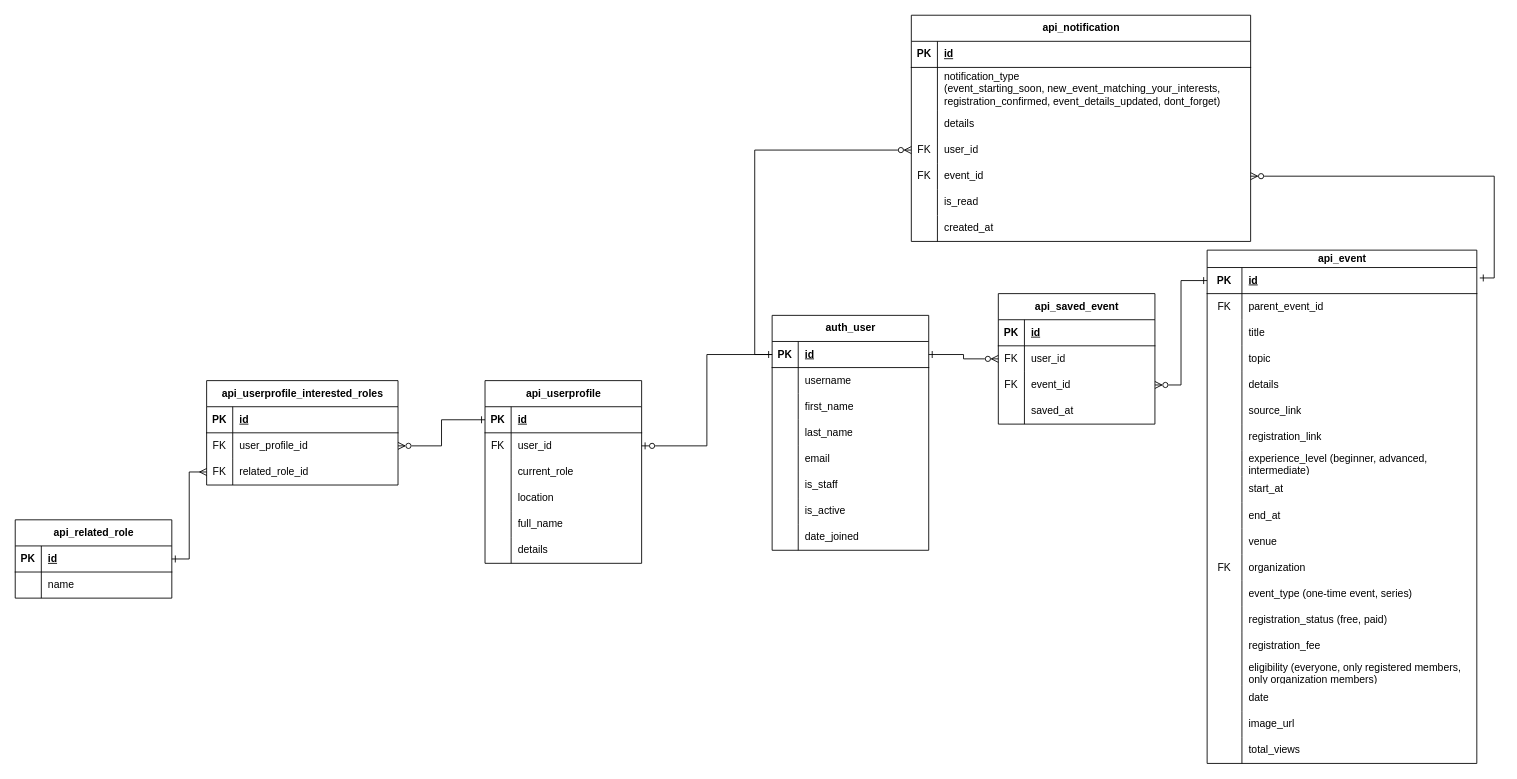
The draw.io diagram page "User" (2 of 6) of 2Gether.drawio in RHILIUS/drawio, before the edit. Source tidied: cells renumbered, new cells numbered last; positions are measured from the earlier drawing's top-left corner, leaving out a move shared by most shapes. Both pictures are drawn from the tidied source at 87%, with x=0, y=0 at pixel (15, 15).
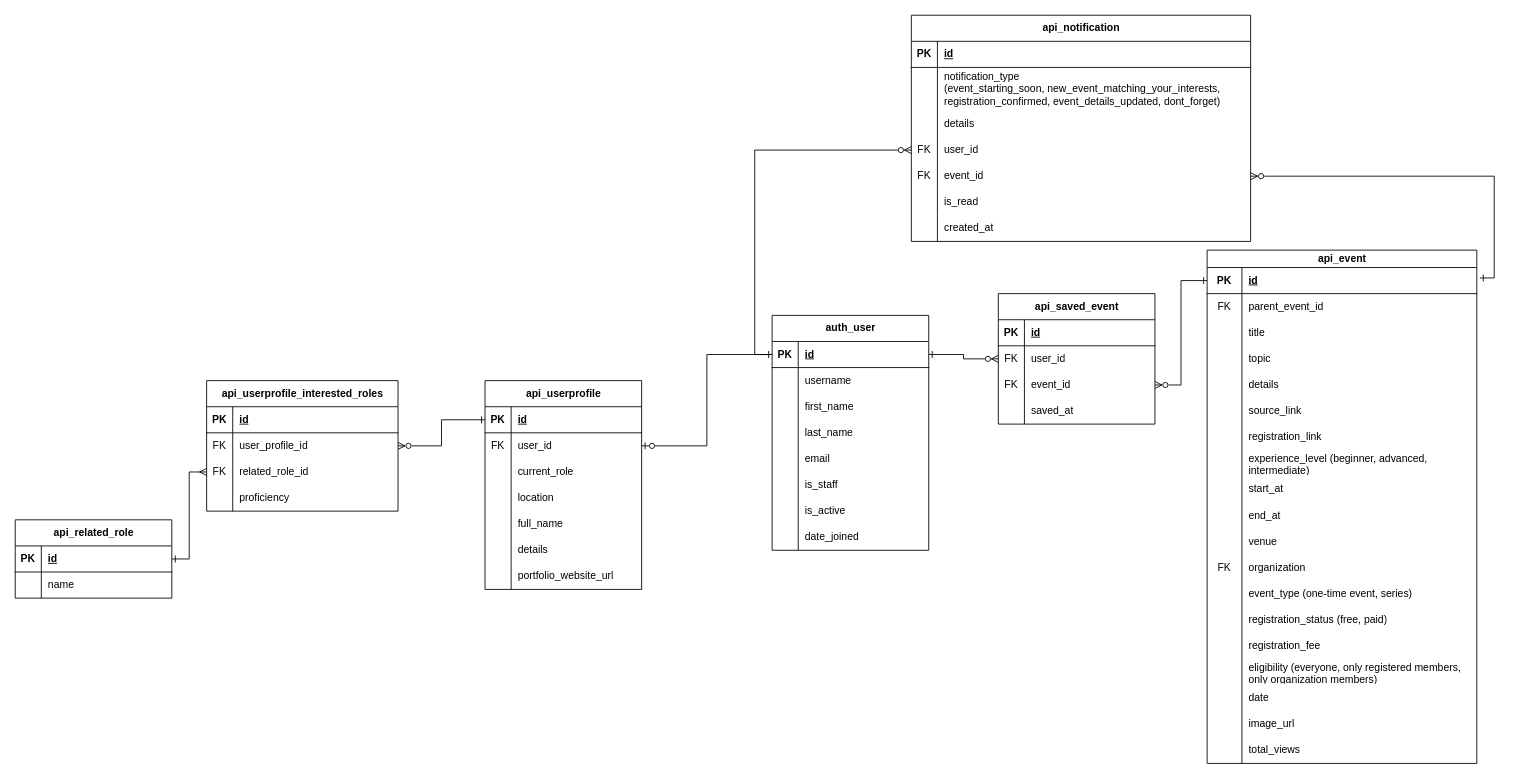
After the change.

The edit, as a diff of the source:
```diff
@@
     <mxCell id="124" value="api_userprofile" style="shape=table;startSize=30;childLayout=tableLayout;rowLines=0;fontStyle=1;align=center;html=1;" parent="1" vertex="1">
-      <mxGeometry x="540" y="420" width="180" height="210" as="geometry" />
+      <mxGeometry x="540" y="420" width="180" height="240" as="geometry" />
     </mxCell>
@@
+    <mxCell id="163" style="shape=tableRow;horizontal=0;startSize=0;swimlaneHead=0;swimlaneBody=0;fillColor=none;top=0;left=0;right=0;bottom=0;" parent="124" vertex="1">
+      <mxGeometry y="210" width="180" height="30" as="geometry" />
+    </mxCell>
+    <mxCell id="164" style="shape=partialRectangle;fillColor=none;top=0;left=0;bottom=0;right=0;overflow=hidden;whiteSpace=wrap;html=1;" parent="163" vertex="1">
+      <mxGeometry width="30" height="30" as="geometry" />
+    </mxCell>
+    <mxCell id="165" value="portfolio_website_url" style="shape=partialRectangle;fillColor=none;top=0;left=0;bottom=0;right=0;align=left;spacingLeft=6;overflow=hidden;whiteSpace=wrap;html=1;" parent="163" vertex="1">
+      <mxGeometry x="30" width="150" height="30" as="geometry" />
+    </mxCell>
@@
     <mxCell id="151" value="api_userprofile_interested_roles" style="shape=table;startSize=30;childLayout=tableLayout;rowLines=0;fontStyle=1;align=center;html=1;" parent="1" vertex="1">
-      <mxGeometry x="220" y="420" width="220" height="120" as="geometry" />
+      <mxGeometry x="220" y="420" width="220" height="150" as="geometry" />
     </mxCell>
@@
+    <mxCell id="166" style="shape=tableRow;horizontal=0;startSize=0;swimlaneHead=0;swimlaneBody=0;fillColor=none;top=0;left=0;right=0;bottom=0;" parent="151" vertex="1">
+      <mxGeometry y="120" width="220" height="30" as="geometry" />
+    </mxCell>
+    <mxCell id="167" style="shape=partialRectangle;fillColor=none;top=0;left=0;bottom=0;right=0;overflow=hidden;whiteSpace=wrap;html=1;" parent="166" vertex="1">
+      <mxGeometry width="30" height="30" as="geometry" />
+    </mxCell>
+    <mxCell id="168" value="proficiency" style="shape=partialRectangle;fillColor=none;top=0;left=0;bottom=0;right=0;align=left;spacingLeft=6;overflow=hidden;whiteSpace=wrap;html=1;" parent="166" vertex="1">
+      <mxGeometry x="30" width="190" height="30" as="geometry" />
+    </mxCell>
```
